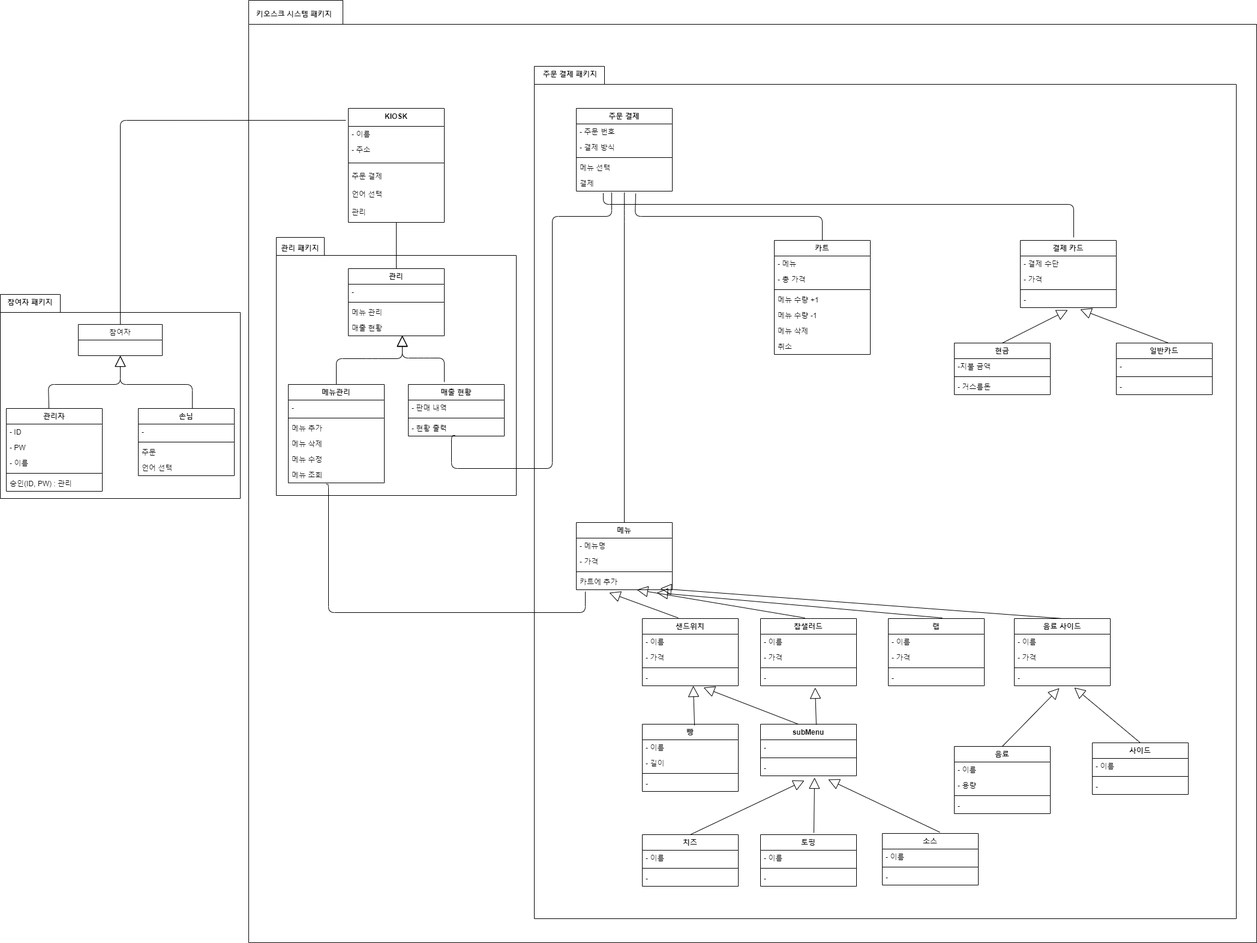
distroytest/KNUSD-20202-Team05 keeps this draw.io diagram as Package diagram.png. Above is the earlier version. Source tidied: cells renumbered, new cells last; positions are measured from the earlier drawing's top-left corner, leaving out a move shared by most shapes.
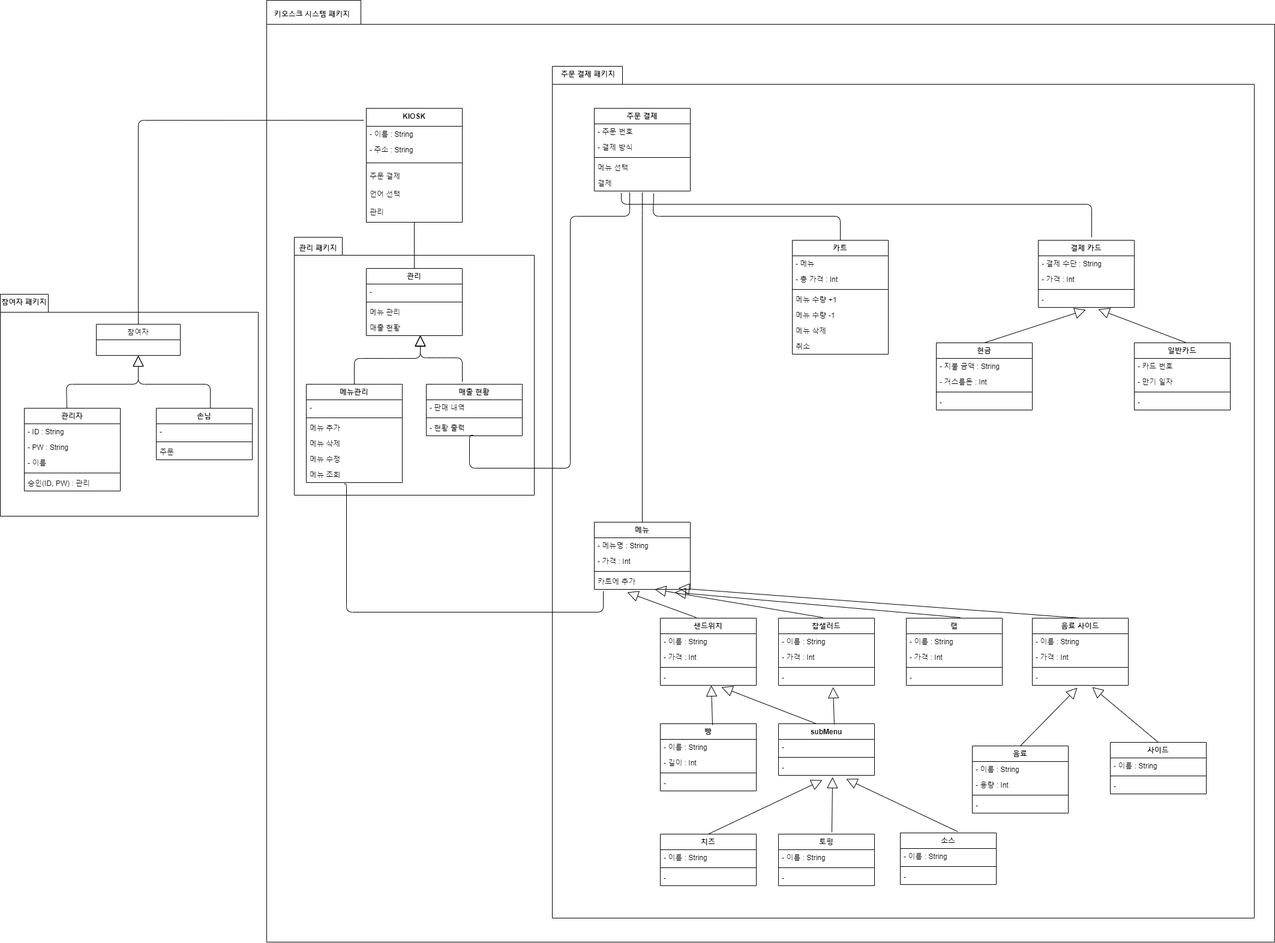
After the change.

The edit, as a diff of the source:
```diff
@@ -4,2 +4,5 @@
     <mxCell id="1" parent="0" />
+    <mxCell id="152" style="shape=folder;fontStyle=1;spacingTop=10;tabWidth=80;tabHeight=30;tabPosition=left;html=1;" parent="1" vertex="1">
+      <mxGeometry x="-30" y="490" width="430" height="370" as="geometry" />
+    </mxCell>
     <mxCell id="2" value="package" style="shape=folder;fontStyle=1;spacingTop=10;tabWidth=30;tabHeight=40;tabPosition=left;html=1;" parent="1" vertex="1">
@@ -13,5 +16,2 @@
     </mxCell>
-    <mxCell id="5" style="shape=folder;fontStyle=1;spacingTop=10;tabWidth=100;tabHeight=30;tabPosition=left;html=1;" parent="1" vertex="1">
-      <mxGeometry y="490" width="400" height="340" as="geometry" />
-    </mxCell>
     <mxCell id="6" value="KIOSK" style="swimlane;fontStyle=1;align=center;verticalAlign=top;horizontal=1;startSize=30;" parent="1" vertex="1">
@@ -19,6 +19,6 @@
     </mxCell>
-    <mxCell id="7" value="- 이름" style="text;strokeColor=none;fillColor=none;align=left;verticalAlign=top;spacingLeft=4;spacingRight=4;overflow=hidden;" parent="6" vertex="1">
+    <mxCell id="7" value="- 이름 : String" style="text;strokeColor=none;fillColor=none;align=left;verticalAlign=top;spacingLeft=4;spacingRight=4;overflow=hidden;" parent="6" vertex="1">
       <mxGeometry y="30" width="160" height="26" as="geometry" />
     </mxCell>
-    <mxCell id="8" value="- 주소" style="text;strokeColor=none;fillColor=none;align=left;verticalAlign=top;spacingLeft=4;spacingRight=4;overflow=hidden;" parent="6" vertex="1">
+    <mxCell id="8" value="- 주소 : String" style="text;strokeColor=none;fillColor=none;align=left;verticalAlign=top;spacingLeft=4;spacingRight=4;overflow=hidden;" parent="6" vertex="1">
       <mxGeometry y="56" width="160" height="26" as="geometry" />
@@ -43,6 +43,6 @@
     </mxCell>
-    <mxCell id="15" value="- ID" style="text;strokeColor=none;fillColor=none;align=left;verticalAlign=top;spacingLeft=4;spacingRight=4;overflow=hidden;" parent="14" vertex="1">
+    <mxCell id="15" value="- ID : String" style="text;strokeColor=none;fillColor=none;align=left;verticalAlign=top;spacingLeft=4;spacingRight=4;overflow=hidden;" parent="14" vertex="1">
       <mxGeometry y="26" width="160" height="26" as="geometry" />
     </mxCell>
-    <mxCell id="16" value="- PW" style="text;strokeColor=none;fillColor=none;align=left;verticalAlign=top;spacingLeft=4;spacingRight=4;overflow=hidden;" parent="14" vertex="1">
+    <mxCell id="16" value="- PW : String" style="text;strokeColor=none;fillColor=none;align=left;verticalAlign=top;spacingLeft=4;spacingRight=4;overflow=hidden;" parent="14" vertex="1">
       <mxGeometry y="52" width="160" height="26" as="geometry" />
@@ -59,3 +59,3 @@
     <mxCell id="20" value="손님" style="swimlane;fontStyle=1;align=center;verticalAlign=top;horizontal=1;startSize=26;" parent="1" vertex="1">
-      <mxGeometry x="230" y="680" width="160" height="112" as="geometry" />
+      <mxGeometry x="230" y="680" width="160" height="86" as="geometry" />
     </mxCell>
@@ -70,5 +70,2 @@
     </mxCell>
-    <mxCell id="24" value="언어 선택" style="text;strokeColor=none;fillColor=none;align=left;verticalAlign=top;spacingLeft=4;spacingRight=4;overflow=hidden;" parent="20" vertex="1">
-      <mxGeometry y="86" width="160" height="26" as="geometry" />
-    </mxCell>
     <mxCell id="25" style="endArrow=block;endSize=16;endFill=0;html=1;exitX=0.444;exitY=0;exitDx=0;exitDy=0;exitPerimeter=0;" parent="1" edge="1" source="14">
@@ -95,3 +92,3 @@
     <mxCell id="27" value="참여자 패키지" style="text;align=center;fontStyle=1;verticalAlign=middle;spacingLeft=3;spacingRight=3;strokeColor=none;" parent="1" vertex="1">
-      <mxGeometry x="10" y="490" width="80" height="26" as="geometry" />
+      <mxGeometry x="-30" y="490" width="80" height="26" as="geometry" />
     </mxCell>
@@ -201,3 +198,3 @@
     </mxCell>
-    <mxCell id="56" value="- 총 가격" style="text;strokeColor=none;fillColor=none;align=left;verticalAlign=top;spacingLeft=4;spacingRight=4;overflow=hidden;" parent="54" vertex="1">
+    <mxCell id="56" value="- 총 가격 : Int" style="text;strokeColor=none;fillColor=none;align=left;verticalAlign=top;spacingLeft=4;spacingRight=4;overflow=hidden;" parent="54" vertex="1">
       <mxGeometry y="52" width="160" height="26" as="geometry" />
@@ -222,6 +219,6 @@
     </mxCell>
-    <mxCell id="63" value="- 메뉴명" style="text;strokeColor=none;fillColor=none;align=left;verticalAlign=top;spacingLeft=4;spacingRight=4;overflow=hidden;" parent="62" vertex="1">
+    <mxCell id="63" value="- 메뉴명 : String" style="text;strokeColor=none;fillColor=none;align=left;verticalAlign=top;spacingLeft=4;spacingRight=4;overflow=hidden;" parent="62" vertex="1">
       <mxGeometry y="26" width="160" height="26" as="geometry" />
     </mxCell>
-    <mxCell id="64" value="- 가격" style="text;strokeColor=none;fillColor=none;align=left;verticalAlign=top;spacingLeft=4;spacingRight=4;overflow=hidden;" parent="62" vertex="1">
+    <mxCell id="64" value="- 가격 : Int" style="text;strokeColor=none;fillColor=none;align=left;verticalAlign=top;spacingLeft=4;spacingRight=4;overflow=hidden;" parent="62" vertex="1">
       <mxGeometry y="52" width="160" height="26" as="geometry" />
@@ -237,6 +234,6 @@
     </mxCell>
-    <mxCell id="68" value="- 결제 수단" style="text;strokeColor=none;fillColor=none;align=left;verticalAlign=top;spacingLeft=4;spacingRight=4;overflow=hidden;" parent="67" vertex="1">
+    <mxCell id="68" value="- 결제 수단 : String" style="text;strokeColor=none;fillColor=none;align=left;verticalAlign=top;spacingLeft=4;spacingRight=4;overflow=hidden;" parent="67" vertex="1">
       <mxGeometry y="26" width="160" height="26" as="geometry" />
     </mxCell>
-    <mxCell id="69" value="- 가격" style="text;strokeColor=none;fillColor=none;align=left;verticalAlign=top;spacingLeft=4;spacingRight=4;overflow=hidden;" parent="67" vertex="1">
+    <mxCell id="69" value="- 가격 : Int" style="text;strokeColor=none;fillColor=none;align=left;verticalAlign=top;spacingLeft=4;spacingRight=4;overflow=hidden;" parent="67" vertex="1">
       <mxGeometry y="52" width="160" height="26" as="geometry" />
@@ -249,25 +246,16 @@
     </mxCell>
-    <mxCell id="72" value="현금" style="swimlane;fontStyle=1;align=center;verticalAlign=top;horizontal=1;startSize=26;" parent="1" vertex="1">
-      <mxGeometry x="1590" y="571" width="160" height="86" as="geometry" />
-    </mxCell>
-    <mxCell id="73" value="-지불 금액 " style="text;strokeColor=none;fillColor=none;align=left;verticalAlign=top;spacingLeft=4;spacingRight=4;overflow=hidden;" parent="72" vertex="1">
-      <mxGeometry y="26" width="160" height="26" as="geometry" />
-    </mxCell>
-    <mxCell id="74" style="line;strokeWidth=1;fillColor=none;align=left;verticalAlign=middle;spacingTop=-1;spacingLeft=3;spacingRight=3;labelPosition=right;" parent="72" vertex="1">
-      <mxGeometry y="52" width="160" height="8" as="geometry" />
-    </mxCell>
-    <mxCell id="75" value="- 거스름돈" style="text;strokeColor=none;fillColor=none;align=left;verticalAlign=top;spacingLeft=4;spacingRight=4;overflow=hidden;" parent="72" vertex="1">
-      <mxGeometry y="60" width="160" height="26" as="geometry" />
-    </mxCell>
     <mxCell id="76" value="일반카드" style="swimlane;fontStyle=1;align=center;verticalAlign=top;horizontal=1;startSize=26;" parent="1" vertex="1">
-      <mxGeometry x="1860" y="571" width="160" height="86" as="geometry" />
+      <mxGeometry x="1860" y="571" width="160" height="112" as="geometry" />
     </mxCell>
-    <mxCell id="77" value="-" style="text;strokeColor=none;fillColor=none;align=left;verticalAlign=top;spacingLeft=4;spacingRight=4;overflow=hidden;" parent="76" vertex="1">
+    <mxCell id="77" value="- 카드 번호 " style="text;strokeColor=none;fillColor=none;align=left;verticalAlign=top;spacingLeft=4;spacingRight=4;overflow=hidden;" parent="76" vertex="1">
       <mxGeometry y="26" width="160" height="26" as="geometry" />
     </mxCell>
+    <mxCell id="153" value="- 만기 일자" style="text;strokeColor=none;fillColor=none;align=left;verticalAlign=top;spacingLeft=4;spacingRight=4;overflow=hidden;" parent="76" vertex="1">
+      <mxGeometry y="52" width="160" height="26" as="geometry" />
+    </mxCell>
     <mxCell id="78" style="line;strokeWidth=1;fillColor=none;align=left;verticalAlign=middle;spacingTop=-1;spacingLeft=3;spacingRight=3;labelPosition=right;" parent="76" vertex="1">
-      <mxGeometry y="52" width="160" height="8" as="geometry" />
+      <mxGeometry y="78" width="160" height="8" as="geometry" />
     </mxCell>
     <mxCell id="79" value="-" style="text;strokeColor=none;fillColor=none;align=left;verticalAlign=top;spacingLeft=4;spacingRight=4;overflow=hidden;" parent="76" vertex="1">
-      <mxGeometry y="60" width="160" height="26" as="geometry" />
+      <mxGeometry y="86" width="160" height="26" as="geometry" />
     </mxCell>
@@ -327,6 +315,6 @@
     </mxCell>
-    <mxCell id="88" value="- 이름" style="text;strokeColor=none;fillColor=none;align=left;verticalAlign=top;spacingLeft=4;spacingRight=4;overflow=hidden;" parent="87" vertex="1">
+    <mxCell id="88" value="- 이름 : String" style="text;strokeColor=none;fillColor=none;align=left;verticalAlign=top;spacingLeft=4;spacingRight=4;overflow=hidden;" parent="87" vertex="1">
       <mxGeometry y="26" width="160" height="26" as="geometry" />
     </mxCell>
-    <mxCell id="89" value="- 가격" style="text;strokeColor=none;fillColor=none;align=left;verticalAlign=top;spacingLeft=4;spacingRight=4;overflow=hidden;" parent="87" vertex="1">
+    <mxCell id="89" value="- 가격 : Int" style="text;strokeColor=none;fillColor=none;align=left;verticalAlign=top;spacingLeft=4;spacingRight=4;overflow=hidden;" parent="87" vertex="1">
       <mxGeometry y="52" width="160" height="26" as="geometry" />
@@ -342,6 +330,6 @@
     </mxCell>
-    <mxCell id="93" value="- 이름" style="text;strokeColor=none;fillColor=none;align=left;verticalAlign=top;spacingLeft=4;spacingRight=4;overflow=hidden;" parent="92" vertex="1">
+    <mxCell id="93" value="- 이름 : String" style="text;strokeColor=none;fillColor=none;align=left;verticalAlign=top;spacingLeft=4;spacingRight=4;overflow=hidden;" parent="92" vertex="1">
       <mxGeometry y="26" width="160" height="26" as="geometry" />
     </mxCell>
-    <mxCell id="94" value="- 가격" style="text;strokeColor=none;fillColor=none;align=left;verticalAlign=top;spacingLeft=4;spacingRight=4;overflow=hidden;" parent="92" vertex="1">
+    <mxCell id="94" value="- 가격 : Int" style="text;strokeColor=none;fillColor=none;align=left;verticalAlign=top;spacingLeft=4;spacingRight=4;overflow=hidden;" parent="92" vertex="1">
       <mxGeometry y="52" width="160" height="26" as="geometry" />
@@ -357,6 +345,6 @@
     </mxCell>
-    <mxCell id="98" value="- 이름" style="text;strokeColor=none;fillColor=none;align=left;verticalAlign=top;spacingLeft=4;spacingRight=4;overflow=hidden;" parent="97" vertex="1">
+    <mxCell id="98" value="- 이름 : String" style="text;strokeColor=none;fillColor=none;align=left;verticalAlign=top;spacingLeft=4;spacingRight=4;overflow=hidden;" parent="97" vertex="1">
       <mxGeometry y="26" width="160" height="26" as="geometry" />
     </mxCell>
-    <mxCell id="99" value="- 가격" style="text;strokeColor=none;fillColor=none;align=left;verticalAlign=top;spacingLeft=4;spacingRight=4;overflow=hidden;" parent="97" vertex="1">
+    <mxCell id="99" value="- 가격 : Int" style="text;strokeColor=none;fillColor=none;align=left;verticalAlign=top;spacingLeft=4;spacingRight=4;overflow=hidden;" parent="97" vertex="1">
       <mxGeometry y="52" width="160" height="26" as="geometry" />
@@ -372,6 +360,6 @@
     </mxCell>
-    <mxCell id="103" value="- 이름" style="text;strokeColor=none;fillColor=none;align=left;verticalAlign=top;spacingLeft=4;spacingRight=4;overflow=hidden;" parent="102" vertex="1">
+    <mxCell id="103" value="- 이름 : String" style="text;strokeColor=none;fillColor=none;align=left;verticalAlign=top;spacingLeft=4;spacingRight=4;overflow=hidden;" parent="102" vertex="1">
       <mxGeometry y="26" width="160" height="26" as="geometry" />
     </mxCell>
-    <mxCell id="104" value="- 가격" style="text;strokeColor=none;fillColor=none;align=left;verticalAlign=top;spacingLeft=4;spacingRight=4;overflow=hidden;" parent="102" vertex="1">
+    <mxCell id="104" value="- 가격 : Int" style="text;strokeColor=none;fillColor=none;align=left;verticalAlign=top;spacingLeft=4;spacingRight=4;overflow=hidden;" parent="102" vertex="1">
       <mxGeometry y="52" width="160" height="26" as="geometry" />
@@ -399,6 +387,6 @@
     </mxCell>
-    <mxCell id="112" value="- 이름" style="text;strokeColor=none;fillColor=none;align=left;verticalAlign=top;spacingLeft=4;spacingRight=4;overflow=hidden;" parent="111" vertex="1">
+    <mxCell id="112" value="- 이름 : String" style="text;strokeColor=none;fillColor=none;align=left;verticalAlign=top;spacingLeft=4;spacingRight=4;overflow=hidden;" parent="111" vertex="1">
       <mxGeometry y="26" width="160" height="26" as="geometry" />
     </mxCell>
-    <mxCell id="113" value="- 길이" style="text;strokeColor=none;fillColor=none;align=left;verticalAlign=top;spacingLeft=4;spacingRight=4;overflow=hidden;" parent="111" vertex="1">
+    <mxCell id="113" value="- 길이 : Int" style="text;strokeColor=none;fillColor=none;align=left;verticalAlign=top;spacingLeft=4;spacingRight=4;overflow=hidden;" parent="111" vertex="1">
       <mxGeometry y="52" width="160" height="26" as="geometry" />
@@ -435,3 +423,3 @@
     </mxCell>
-    <mxCell id="124" value="- 이름" style="text;strokeColor=none;fillColor=none;align=left;verticalAlign=top;spacingLeft=4;spacingRight=4;overflow=hidden;" parent="123" vertex="1">
+    <mxCell id="124" value="- 이름 : String" style="text;strokeColor=none;fillColor=none;align=left;verticalAlign=top;spacingLeft=4;spacingRight=4;overflow=hidden;" parent="123" vertex="1">
       <mxGeometry y="26" width="160" height="26" as="geometry" />
@@ -447,3 +435,3 @@
     </mxCell>
-    <mxCell id="128" value="- 이름" style="text;strokeColor=none;fillColor=none;align=left;verticalAlign=top;spacingLeft=4;spacingRight=4;overflow=hidden;" parent="127" vertex="1">
+    <mxCell id="128" value="- 이름 : String" style="text;strokeColor=none;fillColor=none;align=left;verticalAlign=top;spacingLeft=4;spacingRight=4;overflow=hidden;" parent="127" vertex="1">
       <mxGeometry y="26" width="160" height="26" as="geometry" />
@@ -459,3 +447,3 @@
     </mxCell>
-    <mxCell id="132" value="- 이름" style="text;strokeColor=none;fillColor=none;align=left;verticalAlign=top;spacingLeft=4;spacingRight=4;overflow=hidden;" parent="131" vertex="1">
+    <mxCell id="132" value="- 이름 : String" style="text;strokeColor=none;fillColor=none;align=left;verticalAlign=top;spacingLeft=4;spacingRight=4;overflow=hidden;" parent="131" vertex="1">
       <mxGeometry y="26" width="160" height="26" as="geometry" />
@@ -480,6 +468,6 @@
     </mxCell>
-    <mxCell id="139" value="- 이름" style="text;strokeColor=none;fillColor=none;align=left;verticalAlign=top;spacingLeft=4;spacingRight=4;overflow=hidden;" parent="138" vertex="1">
+    <mxCell id="139" value="- 이름 : String" style="text;strokeColor=none;fillColor=none;align=left;verticalAlign=top;spacingLeft=4;spacingRight=4;overflow=hidden;" parent="138" vertex="1">
       <mxGeometry y="26" width="160" height="26" as="geometry" />
     </mxCell>
-    <mxCell id="140" value="- 용량" style="text;strokeColor=none;fillColor=none;align=left;verticalAlign=top;spacingLeft=4;spacingRight=4;overflow=hidden;" parent="138" vertex="1">
+    <mxCell id="140" value="- 용량 : Int" style="text;strokeColor=none;fillColor=none;align=left;verticalAlign=top;spacingLeft=4;spacingRight=4;overflow=hidden;" parent="138" vertex="1">
       <mxGeometry y="52" width="160" height="26" as="geometry" />
@@ -495,3 +483,3 @@
     </mxCell>
-    <mxCell id="144" value="- 이름" style="text;strokeColor=none;fillColor=none;align=left;verticalAlign=top;spacingLeft=4;spacingRight=4;overflow=hidden;" parent="143" vertex="1">
+    <mxCell id="144" value="- 이름 : String" style="text;strokeColor=none;fillColor=none;align=left;verticalAlign=top;spacingLeft=4;spacingRight=4;overflow=hidden;" parent="143" vertex="1">
       <mxGeometry y="26" width="160" height="26" as="geometry" />
@@ -519,2 +507,17 @@
     </mxCell>
+    <mxCell id="72" value="현금" style="swimlane;fontStyle=1;align=center;verticalAlign=top;horizontal=1;startSize=26;" parent="1" vertex="1">
+      <mxGeometry x="1530" y="571" width="160" height="112" as="geometry" />
+    </mxCell>
+    <mxCell id="154" value="- 지불 금액 : String" style="text;strokeColor=none;fillColor=none;align=left;verticalAlign=top;spacingLeft=4;spacingRight=4;overflow=hidden;" parent="72" vertex="1">
+      <mxGeometry y="26" width="160" height="26" as="geometry" />
+    </mxCell>
+    <mxCell id="155" value="- 거스름돈 : Int" style="text;strokeColor=none;fillColor=none;align=left;verticalAlign=top;spacingLeft=4;spacingRight=4;overflow=hidden;" parent="72" vertex="1">
+      <mxGeometry y="52" width="160" height="26" as="geometry" />
+    </mxCell>
+    <mxCell id="156" style="line;strokeWidth=1;fillColor=none;align=left;verticalAlign=middle;spacingTop=-1;spacingLeft=3;spacingRight=3;labelPosition=right;" parent="72" vertex="1">
+      <mxGeometry y="78" width="160" height="8" as="geometry" />
+    </mxCell>
+    <mxCell id="157" value="-" style="text;strokeColor=none;fillColor=none;align=left;verticalAlign=top;spacingLeft=4;spacingRight=4;overflow=hidden;" parent="72" vertex="1">
+      <mxGeometry y="86" width="160" height="26" as="geometry" />
+    </mxCell>
   </root>
```
